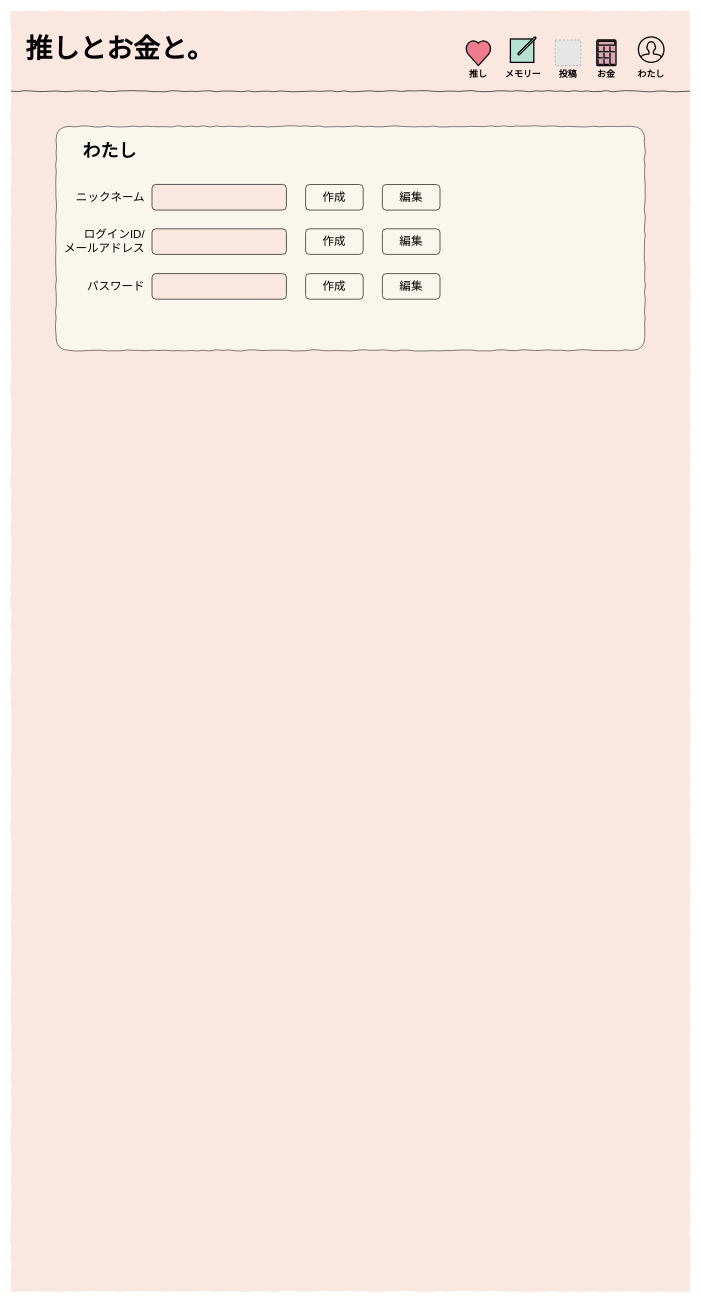
This is page "わたし" (14 of 15) of Untitled Diagram.drawio from yuko-miyamoto/Laravel_10, a draw.io file, before an edit. Source tidied: cells renumbered, new cells numbered last; positions are measured from the earlier drawing's top-left corner, leaving out a move shared by most shapes. Both pictures are drawn from the tidied source at 64%, with x=0, y=0 at pixel (11, 11). Pictures stored in the file or linked from it are replaced by grey dashed boxes.
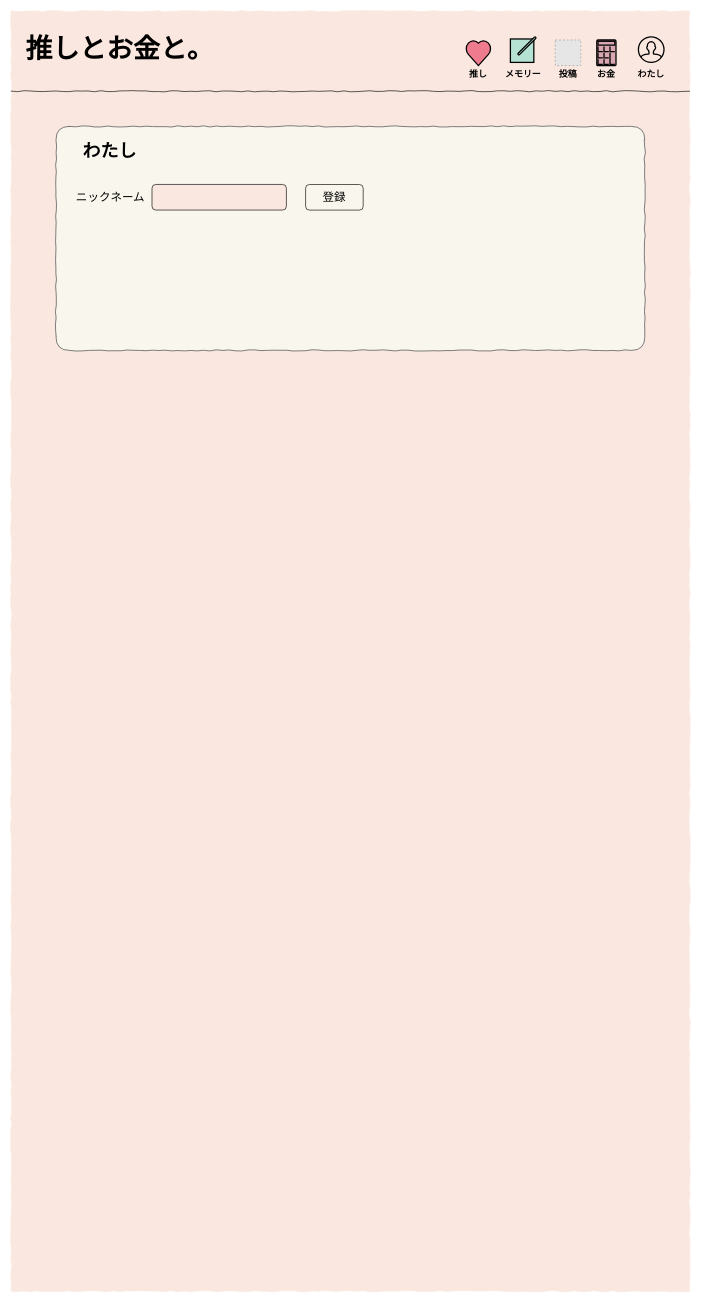
Above is the later version.

Diff of the diagram source:
```diff
@@
-    <mxCell id="19" style="rounded=1;whiteSpace=wrap;html=1;shadow=0;glass=0;sketch=0;fontSize=18;fontColor=#000000;strokeColor=#000000;fillColor=#FAE8E0;align=center;verticalAlign=middle;" parent="1" vertex="1">
-      <mxGeometry x="220" y="340" width="210" height="40" as="geometry" />
-    </mxCell>
-    <mxCell id="20" value="ログインID/&lt;br&gt;メールアドレス" style="text;strokeColor=none;fillColor=none;html=1;fontSize=18;fontStyle=0;verticalAlign=middle;align=right;rounded=0;shadow=0;glass=0;sketch=0;fontColor=#000000;" parent="1" vertex="1">
-      <mxGeometry x="80" y="330" width="130" height="60" as="geometry" />
-    </mxCell>
-    <mxCell id="21" style="rounded=1;whiteSpace=wrap;html=1;shadow=0;glass=0;sketch=0;fontSize=18;fontColor=#000000;strokeColor=#000000;fillColor=#FAE8E0;align=center;verticalAlign=middle;" parent="1" vertex="1">
-      <mxGeometry x="220" y="410" width="210" height="40" as="geometry" />
-    </mxCell>
-    <mxCell id="22" value="パスワード" style="text;strokeColor=none;fillColor=none;html=1;fontSize=18;fontStyle=0;verticalAlign=middle;align=right;rounded=0;shadow=0;glass=0;sketch=0;fontColor=#000000;" parent="1" vertex="1">
-      <mxGeometry x="80" y="410" width="130" height="40" as="geometry" />
-    </mxCell>
-    <mxCell id="23" value="作成" style="rounded=1;whiteSpace=wrap;html=1;shadow=0;glass=0;sketch=0;fontSize=18;fontColor=#000000;strokeColor=#000000;fillColor=#F9F7ED;align=center;verticalAlign=middle;" parent="1" vertex="1">
+    <mxCell id="23" value="登録" style="rounded=1;whiteSpace=wrap;html=1;shadow=0;glass=0;sketch=0;fontSize=18;fontColor=#000000;strokeColor=#000000;fillColor=#F9F7ED;align=center;verticalAlign=middle;" parent="1" vertex="1">
       <mxGeometry x="460" y="270.8" width="90" height="40" as="geometry" />
     </mxCell>
-    <mxCell id="24" value="作成" style="rounded=1;whiteSpace=wrap;html=1;shadow=0;glass=0;sketch=0;fontSize=18;fontColor=#000000;strokeColor=#000000;fillColor=#F9F7ED;align=center;verticalAlign=middle;" parent="1" vertex="1">
-      <mxGeometry x="460" y="340" width="90" height="40" as="geometry" />
-    </mxCell>
-    <mxCell id="25" value="作成" style="rounded=1;whiteSpace=wrap;html=1;shadow=0;glass=0;sketch=0;fontSize=18;fontColor=#000000;strokeColor=#000000;fillColor=#F9F7ED;align=center;verticalAlign=middle;" parent="1" vertex="1">
-      <mxGeometry x="460" y="410" width="90" height="40" as="geometry" />
-    </mxCell>
-    <mxCell id="26" value="編集" style="rounded=1;whiteSpace=wrap;html=1;shadow=0;glass=0;sketch=0;fontSize=18;fontColor=#000000;strokeColor=#000000;fillColor=#F9F7ED;align=center;verticalAlign=middle;" parent="1" vertex="1">
-      <mxGeometry x="580" y="270.8" width="90" height="40" as="geometry" />
-    </mxCell>
-    <mxCell id="27" value="編集" style="rounded=1;whiteSpace=wrap;html=1;shadow=0;glass=0;sketch=0;fontSize=18;fontColor=#000000;strokeColor=#000000;fillColor=#F9F7ED;align=center;verticalAlign=middle;" parent="1" vertex="1">
-      <mxGeometry x="580" y="340" width="90" height="40" as="geometry" />
-    </mxCell>
-    <mxCell id="28" value="編集" style="rounded=1;whiteSpace=wrap;html=1;shadow=0;glass=0;sketch=0;fontSize=18;fontColor=#000000;strokeColor=#000000;fillColor=#F9F7ED;align=center;verticalAlign=middle;" parent="1" vertex="1">
-      <mxGeometry x="580" y="410" width="90" height="40" as="geometry" />
-    </mxCell>
```
